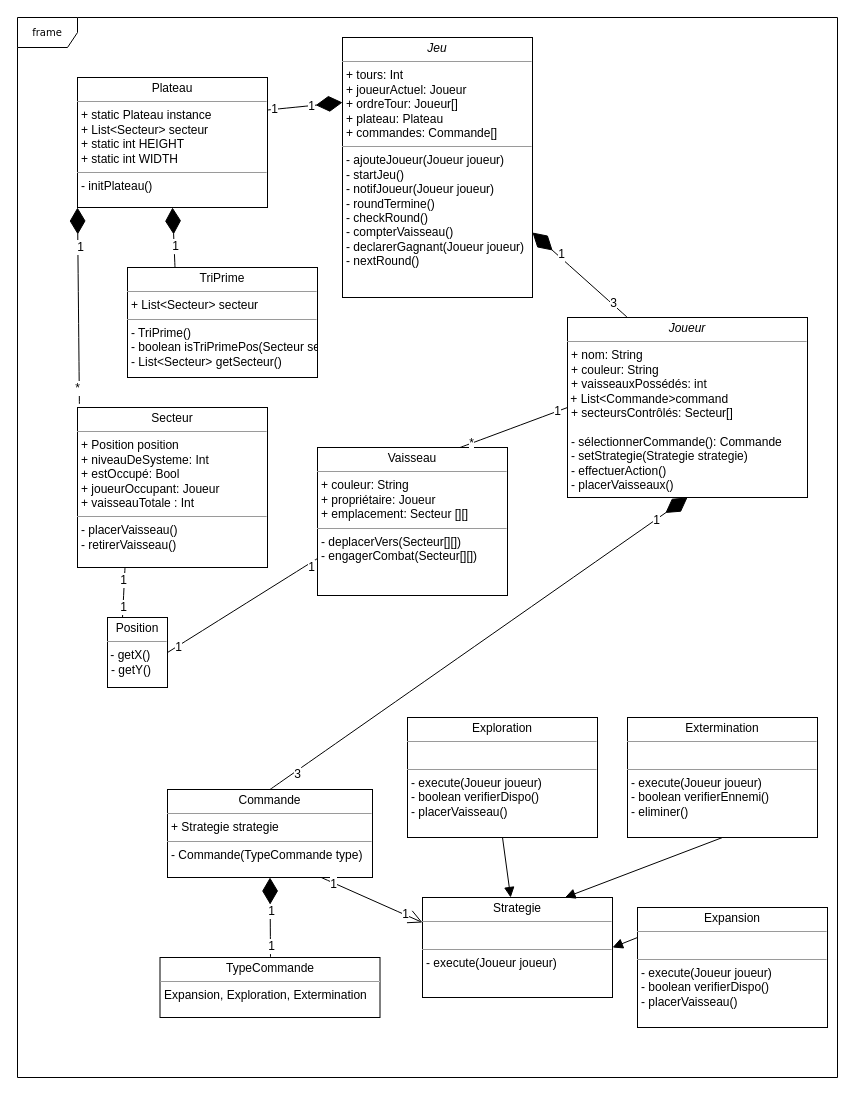
haikll/pocket_imperium_java keeps this draw.io diagram as DiagrammeDeClasse.drawio. Above is the earlier version. Source tidied: cells renumbered, new cells numbered last; positions are measured from the earlier drawing's top-left corner, leaving out a move shared by most shapes. Both pictures are drawn from the tidied source at 100%, with x=0, y=0 at pixel (17, 17).
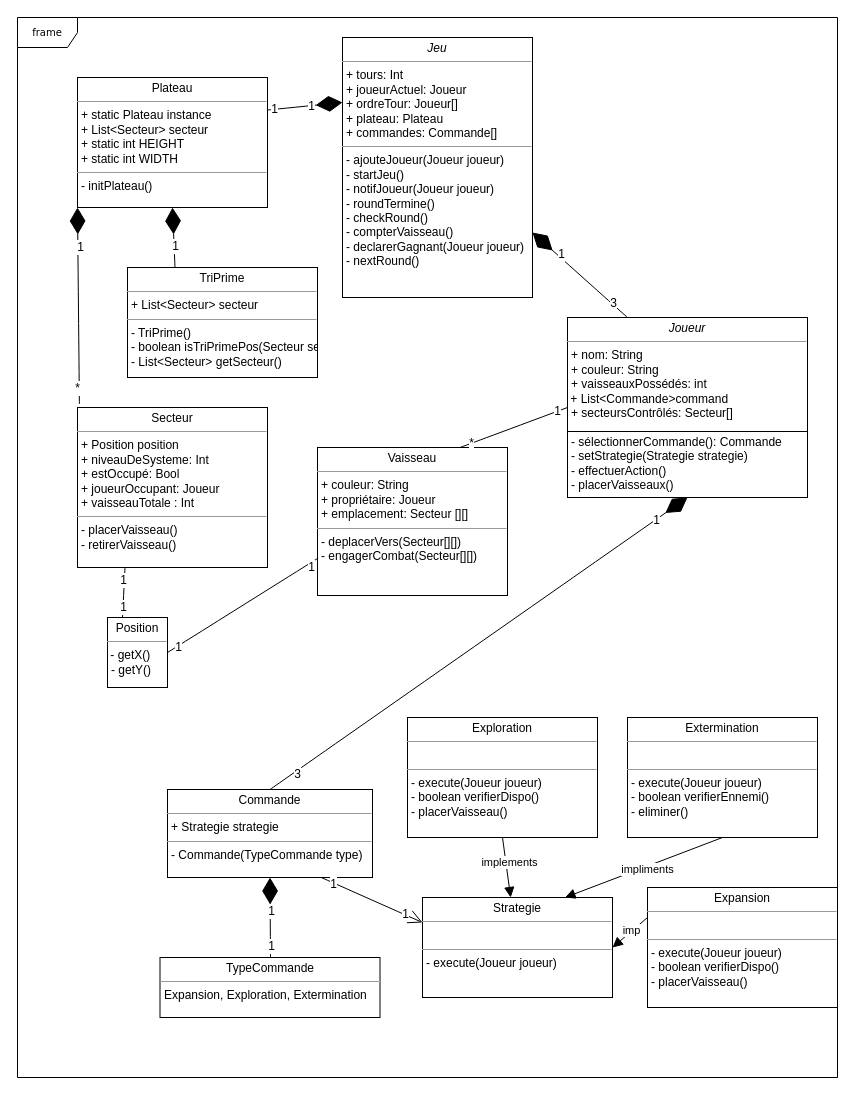
Above is the later version.

Commit message:
Mettre à jour DiagrammeDeClasse.drawio

The change refers to these unchanged cells:
```xml
<mxCell id="45" style="html=1;verticalAlign=bottom;endArrow=block;curved=0;rounded=0;fontSize=12;startSize=8;endSize=8;exitX=0.5;exitY=1;exitDx=0;exitDy=0;" parent="1" edge="1" source="11" target="9">
  <mxGeometry x="-0.25" y="12" relative="1" as="geometry" />
</mxCell>
<mxCell id="46" style="html=1;verticalAlign=bottom;endArrow=block;curved=0;rounded=0;fontSize=12;startSize=8;endSize=8;exitX=0.5;exitY=1;exitDx=0;exitDy=0;entryX=0.75;entryY=0;entryDx=0;entryDy=0;" parent="1" edge="1" source="12" target="9">
  <mxGeometry x="-0.25" y="12" relative="1" as="geometry" />
</mxCell>
<mxCell id="47" style="html=1;verticalAlign=bottom;endArrow=block;curved=0;rounded=0;fontSize=12;startSize=8;endSize=8;exitX=0;exitY=0.25;exitDx=0;exitDy=0;entryX=1;entryY=0.5;entryDx=0;entryDy=0;" parent="1" edge="1" source="10" target="9">
  <mxGeometry x="-0.25" y="12" relative="1" as="geometry" />
</mxCell>
```

The edit, as a diff of the source:
```diff
@@
     <mxCell id="10" value="&lt;p style=&quot;margin:0px;margin-top:4px;text-align:center;&quot;&gt;Expansion&lt;br&gt;&lt;/p&gt;&lt;hr size=&quot;1&quot;&gt;&lt;br&gt;&lt;hr size=&quot;1&quot;&gt;&lt;p style=&quot;margin:0px;margin-left:4px;&quot;&gt;- &lt;font face=&quot;Helvetica&quot;&gt;execute(Joueur joueur)&lt;/font&gt;&lt;/p&gt;&lt;p style=&quot;margin:0px;margin-left:4px;&quot;&gt;&lt;font face=&quot;Helvetica&quot;&gt;- boolean verifierDispo()&lt;/font&gt;&lt;/p&gt;&lt;p style=&quot;margin:0px;margin-left:4px;&quot;&gt;&lt;font face=&quot;Helvetica&quot;&gt;- placerVaisseau()&lt;br&gt;&lt;/font&gt;&lt;/p&gt;" style="verticalAlign=top;align=left;overflow=fill;fontSize=12;fontFamily=Helvetica;html=1;rounded=0;shadow=0;comic=0;labelBackgroundColor=none;strokeWidth=1;" parent="1" vertex="1">
-      <mxGeometry x="620" y="890" width="190" height="120" as="geometry" />
+      <mxGeometry x="630" y="870" width="190" height="120" as="geometry" />
     </mxCell>
@@
+    <mxCell id="48" value="implements" style="edgeLabel;html=1;align=center;verticalAlign=middle;" parent="45" vertex="1">
+      <mxGeometry x="-0.16" y="3" relative="1" as="geometry" />
+    </mxCell>
@@
+    <mxCell id="49" value="impliments" style="edgeLabel;html=1;align=center;verticalAlign=middle;" parent="46" vertex="1">
+      <mxGeometry x="-0.03" y="2" relative="1" as="geometry" />
+    </mxCell>
@@
+    <mxCell id="50" value="imp" style="edgeLabel;html=1;align=center;verticalAlign=middle;" parent="47" vertex="1">
+      <mxGeometry x="-0.07" y="-1" relative="1" as="geometry" />
+    </mxCell>
+    <mxCell id="51" style="line;strokeWidth=1;fillColor=none;align=left;verticalAlign=middle;spacingTop=-1;spacingLeft=3;spacingRight=3;labelPosition=right;strokeColor=inherit;" parent="1" vertex="1">
+      <mxGeometry x="550" y="410" width="240" height="8" as="geometry" />
+    </mxCell>
```
